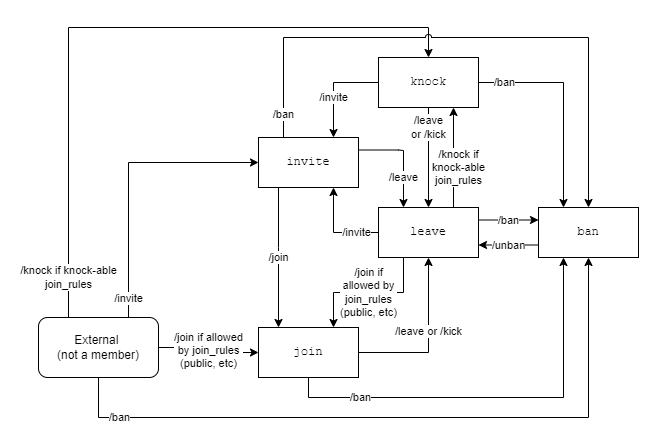
This is static/diagrams/membership.png from matrix-org/matrix-spec-proposals, a draw.io export, as it was before one commit. Source tidied: cells renumbered, new cells last; positions are measured from the earlier drawing's top-left corner, leaving out a move shared by most shapes.
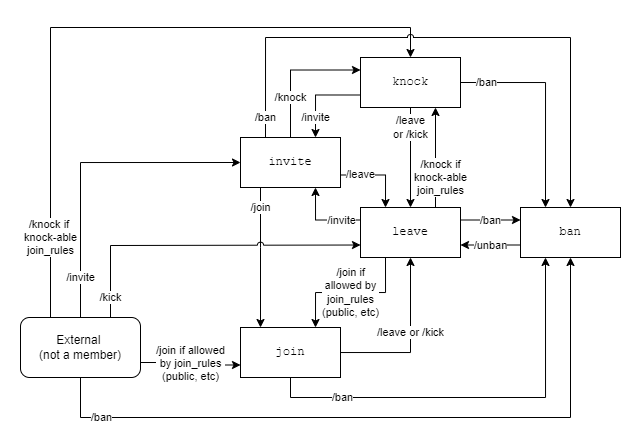
Later version of the same file.

Commit message:
Fix membership state table and diagram (#3730)

Diff of the diagram source:
```diff
@@ -3,21 +3,13 @@
     <mxCell id="0" />
     <mxCell id="1" parent="0" />
     <mxCell id="2" value="/join" style="edgeStyle=orthogonalEdgeStyle;rounded=0;jettySize=auto;html=1;" parent="1" edge="1" source="4" target="7">
-      <mxGeometry relative="1" as="geometry">
+      <mxGeometry x="-0.71" relative="1" as="geometry">
         <Array as="points">
           <mxPoint x="240" y="220" />
           <mxPoint x="240" y="220" />
         </Array>
       </mxGeometry>
     </mxCell>
-    <mxCell id="3" value="/leave" style="edgeStyle=orthogonalEdgeStyle;rounded=0;jettySize=auto;html=1;exitX=1;exitY=0.25;exitDx=0;exitDy=0;entryX=0.25;entryY=0;entryDx=0;entryDy=0;" parent="1" edge="1" source="22" target="14">
-      <mxGeometry x="0.41" relative="1" as="geometry">
-        <Array as="points">
-          <mxPoint x="360" y="123" />
-          <mxPoint x="365" y="123" />
-        </Array>
-      </mxGeometry>
-    </mxCell>
     <mxCell id="4" value="invite" style="rounded=0;whiteSpace=wrap;html=1;" parent="1" vertex="1">
       <mxGeometry x="220" y="110" width="100" height="50" as="geometry" />
     </mxCell>
@@ -39,23 +31,25 @@
     <mxCell id="10" value="/join if&lt;br&gt;allowed by&lt;br&gt;join_rules&lt;br&gt;(public, etc)" style="edgeStyle=orthogonalEdgeStyle;rounded=0;jettySize=auto;html=1;exitX=0.25;exitY=1;exitDx=0;exitDy=0;entryX=0.75;entryY=0;entryDx=0;entryDy=0;" parent="1" edge="1" source="14" target="7">
       <mxGeometry relative="1" as="geometry" />
     </mxCell>
-    <mxCell id="11" value="/invite" style="edgeStyle=orthogonalEdgeStyle;rounded=0;jettySize=auto;html=1;entryX=0.75;entryY=1;entryDx=0;entryDy=0;" parent="1" edge="1" source="14" target="22">
+    <mxCell id="11" value="/invite" style="edgeStyle=orthogonalEdgeStyle;rounded=0;jettySize=auto;html=1;entryX=0.75;entryY=1;entryDx=0;entryDy=0;exitX=0;exitY=0.25;exitDx=0;exitDy=0;" parent="1" edge="1" source="14" target="22">
       <mxGeometry x="-0.5" relative="1" as="geometry" />
     </mxCell>
     <mxCell id="12" value="/ban" style="edgeStyle=orthogonalEdgeStyle;rounded=0;jettySize=auto;html=1;exitX=1;exitY=0.25;exitDx=0;exitDy=0;entryX=0;entryY=0.25;entryDx=0;entryDy=0;" parent="1" edge="1" source="14" target="9">
       <mxGeometry relative="1" as="geometry" />
     </mxCell>
-    <mxCell id="13" value="/knock if&lt;br&gt;knock-able&lt;br&gt;join_rules&lt;br&gt;" style="edgeStyle=orthogonalEdgeStyle;rounded=0;jettySize=auto;html=1;exitX=0.75;exitY=0;exitDx=0;exitDy=0;entryX=0.75;entryY=1;entryDx=0;entryDy=0;" parent="1" edge="1" source="14" target="21">
-      <mxGeometry x="-0.2" y="-5" relative="1" as="geometry" />
-    </mxCell>
     <mxCell id="14" value="leave" style="rounded=0;whiteSpace=wrap;html=1;fontFamily=Courier New;" parent="1" vertex="1">
       <mxGeometry x="340" y="180" width="100" height="50" as="geometry" />
     </mxCell>
-    <mxCell id="15" value="/invite" style="edgeStyle=orthogonalEdgeStyle;rounded=0;jettySize=auto;html=1;exitX=0.75;exitY=0;exitDx=0;exitDy=0;entryX=0;entryY=0.5;entryDx=0;entryDy=0;" parent="1" edge="1" source="23" target="22">
-      <mxGeometry x="-0.87" relative="1" as="geometry" />
+    <mxCell id="15" value="/invite" style="edgeStyle=orthogonalEdgeStyle;rounded=0;jettySize=auto;html=1;exitX=0.5;exitY=0;exitDx=0;exitDy=0;entryX=0;entryY=0.5;entryDx=0;entryDy=0;" parent="1" edge="1" source="23" target="22">
+      <mxGeometry x="-0.75" relative="1" as="geometry" />
     </mxCell>
-    <mxCell id="16" value="/join if allowed&lt;br&gt;by join_rules&lt;br&gt;(public, etc)" style="edgeStyle=orthogonalEdgeStyle;rounded=0;jettySize=auto;html=1;exitX=1;exitY=0.5;exitDx=0;exitDy=0;" parent="1" edge="1" source="23" target="7">
-      <mxGeometry relative="1" as="geometry" />
+    <mxCell id="16" value="/join if allowed&lt;br&gt;by join_rules&lt;br&gt;(public, etc)" style="edgeStyle=orthogonalEdgeStyle;rounded=0;jettySize=auto;html=1;exitX=1;exitY=0.75;exitDx=0;exitDy=0;entryX=0;entryY=0.75;entryDx=0;entryDy=0;" parent="1" edge="1" source="23" target="7">
+      <mxGeometry relative="1" as="geometry">
+        <Array as="points">
+          <mxPoint x="170" y="335" />
+          <mxPoint x="170" y="338" />
+        </Array>
+      </mxGeometry>
     </mxCell>
     <mxCell id="17" value="/ban" style="edgeStyle=orthogonalEdgeStyle;rounded=0;jettySize=auto;html=1;entryX=0.5;entryY=1;entryDx=0;entryDy=0;exitX=0.5;exitY=1;exitDx=0;exitDy=0;" parent="1" edge="1" source="23" target="9">
       <mxGeometry x="-0.82" relative="1" as="geometry">
@@ -65,30 +59,41 @@
         </Array>
       </mxGeometry>
     </mxCell>
-    <mxCell id="18" value="/invite" style="edgeStyle=orthogonalEdgeStyle;rounded=0;jettySize=auto;html=1;exitX=0;exitY=0.5;exitDx=0;exitDy=0;entryX=0.75;entryY=0;entryDx=0;entryDy=0;fontFamily=Helvetica;" parent="1" edge="1" source="21" target="22">
-      <mxGeometry x="0.2" relative="1" as="geometry">
+    <mxCell id="18" value="/invite" style="edgeStyle=orthogonalEdgeStyle;rounded=0;jettySize=auto;html=1;exitX=0;exitY=0.75;exitDx=0;exitDy=0;entryX=0.75;entryY=0;entryDx=0;entryDy=0;fontFamily=Helvetica;" parent="1" edge="1" source="21" target="22">
+      <mxGeometry x="0.54" relative="1" as="geometry">
         <Array as="points">
-          <mxPoint x="295" y="55" />
+          <mxPoint x="295" y="68" />
         </Array>
       </mxGeometry>
     </mxCell>
-    <mxCell id="19" value="/leave&lt;br&gt;or /kick" style="edgeStyle=orthogonalEdgeStyle;rounded=0;jettySize=auto;html=1;exitX=0.5;exitY=1;exitDx=0;exitDy=0;entryX=0.5;entryY=0;entryDx=0;entryDy=0;fontFamily=Helvetica;" parent="1" edge="1" source="21" target="14">
-      <mxGeometry x="-0.6" relative="1" as="geometry" />
-    </mxCell>
     <mxCell id="20" value="/ban" style="edgeStyle=orthogonalEdgeStyle;rounded=0;jettySize=auto;html=1;exitX=1;exitY=0.5;exitDx=0;exitDy=0;entryX=0.25;entryY=0;entryDx=0;entryDy=0;fontFamily=Helvetica;" parent="1" edge="1" source="21" target="9">
       <mxGeometry x="-0.76" relative="1" as="geometry" />
     </mxCell>
     <mxCell id="21" value="knock" style="rounded=0;whiteSpace=wrap;html=1;fontFamily=Courier New;" parent="1" vertex="1">
       <mxGeometry x="340" y="30" width="100" height="50" as="geometry" />
     </mxCell>
+    <mxCell id="26" value="/knock" style="edgeStyle=orthogonalEdgeStyle;rounded=0;jettySize=auto;html=1;exitX=0.5;exitY=0;exitDx=0;exitDy=0;entryX=0;entryY=0.25;entryDx=0;entryDy=0;" parent="1" edge="1" source="22" target="21">
+      <mxGeometry x="-0.42" relative="1" as="geometry" />
+    </mxCell>
+    <mxCell id="3" value="/leave" style="edgeStyle=orthogonalEdgeStyle;rounded=0;jettySize=auto;html=1;exitX=1;exitY=0.75;exitDx=0;exitDy=0;entryX=0.25;entryY=0;entryDx=0;entryDy=0;" parent="1" edge="1" source="22" target="14">
+      <mxGeometry x="-0.48" relative="1" as="geometry" />
+    </mxCell>
     <mxCell id="22" value="invite" style="rounded=0;whiteSpace=wrap;html=1;fontFamily=Courier New;" parent="1" vertex="1">
       <mxGeometry x="220" y="110" width="100" height="50" as="geometry" />
     </mxCell>
+    <mxCell id="27" value="/kick" style="edgeStyle=orthogonalEdgeStyle;rounded=0;jumpStyle=arc;jettySize=auto;html=1;exitX=0.75;exitY=0;exitDx=0;exitDy=0;entryX=0;entryY=0.75;entryDx=0;entryDy=0;" parent="1" edge="1" source="23" target="14">
+      <mxGeometry x="-0.88" relative="1" as="geometry">
+        <Array as="points">
+          <mxPoint x="90" y="218" />
+          <mxPoint x="170" y="218" />
+        </Array>
+      </mxGeometry>
+    </mxCell>
     <mxCell id="23" value="External &lt;br&gt;(not a member)" style="rounded=1;whiteSpace=wrap;html=1;fontFamily=Helvetica;" parent="1" vertex="1">
       <mxGeometry y="290" width="120" height="60" as="geometry" />
     </mxCell>
-    <mxCell id="24" value="/knock if knock-able&lt;br&gt;join_rules" style="edgeStyle=orthogonalEdgeStyle;rounded=0;jettySize=auto;html=1;exitX=0.25;exitY=0;exitDx=0;exitDy=0;entryX=0.5;entryY=0;entryDx=0;entryDy=0;fontFamily=Helvetica;jumpStyle=none;jumpSize=7;" parent="1" edge="1" source="23" target="21">
-      <mxGeometry x="-0.88" relative="1" as="geometry">
+    <mxCell id="24" value="/knock if &lt;br&gt;knock-able&lt;br&gt;join_rules" style="edgeStyle=orthogonalEdgeStyle;rounded=0;jettySize=auto;html=1;exitX=0.25;exitY=0;exitDx=0;exitDy=0;entryX=0.5;entryY=0;entryDx=0;entryDy=0;fontFamily=Helvetica;jumpStyle=none;jumpSize=7;" parent="1" edge="1" source="23" target="21">
+      <mxGeometry x="-0.76" relative="1" as="geometry">
         <Array as="points">
           <mxPoint x="30" />
           <mxPoint x="390" />
@@ -96,12 +101,18 @@
       </mxGeometry>
     </mxCell>
     <mxCell id="25" value="/ban" style="edgeStyle=orthogonalEdgeStyle;rounded=0;jettySize=auto;html=1;exitX=0.25;exitY=0;exitDx=0;exitDy=0;entryX=0.5;entryY=0;entryDx=0;entryDy=0;jumpStyle=arc;" parent="1" edge="1" source="22" target="9">
-      <mxGeometry x="-0.92" relative="1" as="geometry">
+      <mxGeometry x="-0.93" relative="1" as="geometry">
         <Array as="points">
           <mxPoint x="245" y="10" />
           <mxPoint x="550" y="10" />
         </Array>
       </mxGeometry>
     </mxCell>
+    <mxCell id="19" value="/leave&lt;br&gt;or /kick" style="edgeStyle=orthogonalEdgeStyle;rounded=0;jettySize=auto;html=1;exitX=0.5;exitY=1;exitDx=0;exitDy=0;entryX=0.5;entryY=0;entryDx=0;entryDy=0;fontFamily=Helvetica;" parent="1" edge="1" source="21" target="14">
+      <mxGeometry x="-0.6" relative="1" as="geometry" />
+    </mxCell>
+    <mxCell id="13" value="/knock if&lt;br&gt;knock-able&lt;br&gt;join_rules&lt;br&gt;" style="edgeStyle=orthogonalEdgeStyle;rounded=0;jettySize=auto;html=1;exitX=0.75;exitY=0;exitDx=0;exitDy=0;entryX=0.75;entryY=1;entryDx=0;entryDy=0;" parent="1" edge="1" source="14" target="21">
+      <mxGeometry x="-0.4" y="-5" relative="1" as="geometry" />
+    </mxCell>
   </root>
 </mxGraphModel>
```
